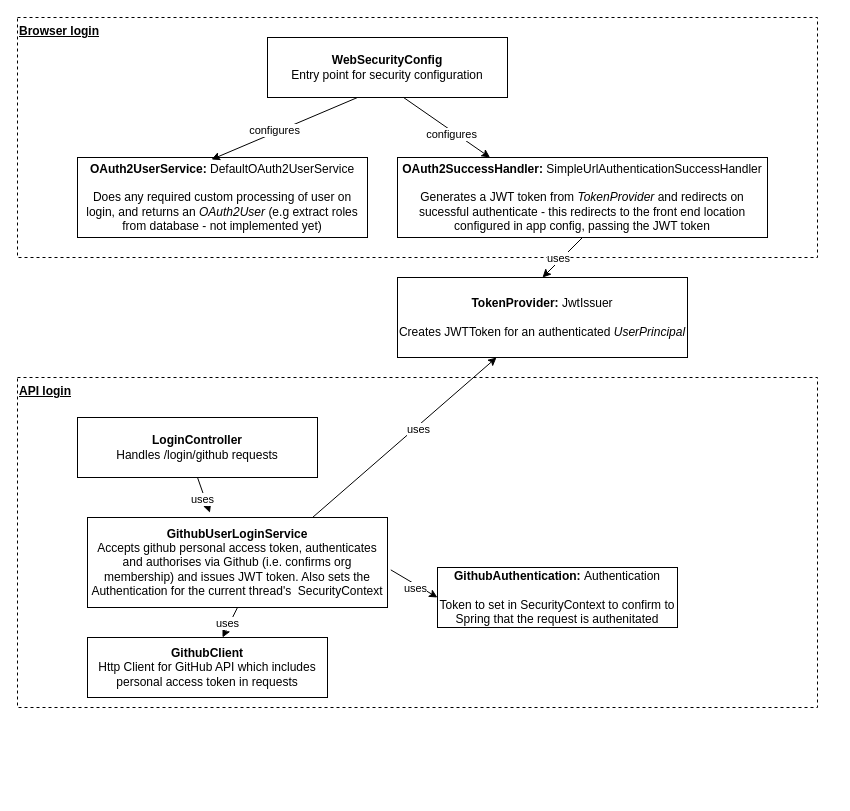
Earlier version of the draw.io diagram docs/Packit Github login.drawio (mrc-ide/packit). Source tidied: cells renumbered, new cells numbered last; positions are measured from the earlier drawing's top-left corner, leaving out a move shared by most shapes. Both pictures are drawn from the tidied source at 100%, with x=0, y=0 at pixel (17, 17).
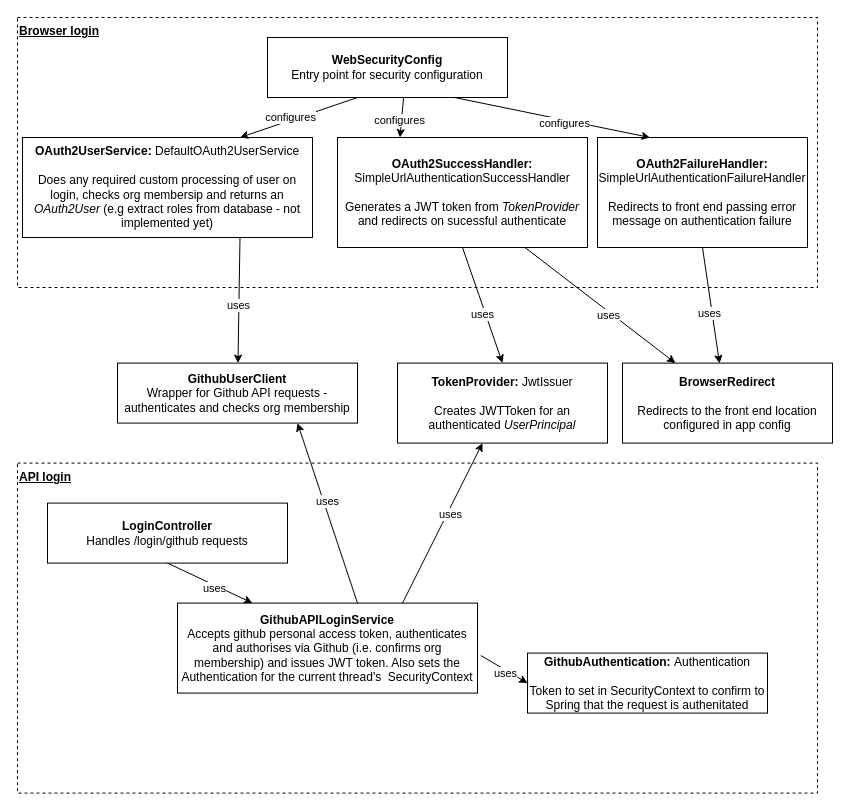
After the change.

The change refers to these unchanged cells:
```xml
<mxCell id="3" value="&lt;div&gt;&lt;b&gt;WebSecurityConfig&lt;/b&gt;&lt;/div&gt;&lt;div&gt;Entry point for security configuration &lt;br&gt;&lt;/div&gt;" style="rounded=0;whiteSpace=wrap;html=1;" parent="1" vertex="1">
  <mxGeometry x="250" y="20" width="240" height="60" as="geometry" />
</mxCell>
```

Change to the diagram source:
```diff
@@
     <mxCell id="2" value="&lt;b&gt;&lt;u&gt;Browser login&lt;/u&gt;&lt;/b&gt;" style="rounded=0;whiteSpace=wrap;html=1;dashed=1;verticalAlign=top;align=left;" parent="1" vertex="1">
-      <mxGeometry width="800" height="240" as="geometry" />
+      <mxGeometry width="800" height="270" as="geometry" />
     </mxCell>
@@
-    <mxCell id="4" value="&lt;div align=&quot;center&quot;&gt;&lt;b&gt;OAuth2UserService: &lt;/b&gt;DefaultOAuth2UserService&lt;br&gt;&lt;/div&gt;&lt;div align=&quot;center&quot;&gt;&lt;br&gt;&lt;/div&gt;&lt;div align=&quot;center&quot;&gt;Does any required custom processing of user on login, and returns an &lt;i&gt;OAuth2User &lt;/i&gt;(e.g extract roles from database - not implemented yet)&lt;br&gt;&lt;/div&gt;" style="rounded=0;whiteSpace=wrap;html=1;align=center;" parent="1" vertex="1">
-      <mxGeometry x="60" y="140" width="290" height="80" as="geometry" />
+    <mxCell id="4" value="&lt;div align=&quot;center&quot;&gt;&lt;b&gt;OAuth2UserService: &lt;/b&gt;DefaultOAuth2UserService&lt;br&gt;&lt;/div&gt;&lt;div align=&quot;center&quot;&gt;&lt;br&gt;&lt;/div&gt;&lt;div align=&quot;center&quot;&gt;Does any required custom processing of user on login, checks org membersip and returns an &lt;i&gt;OAuth2User &lt;/i&gt;(e.g extract roles from database - not implemented yet)&lt;br&gt;&lt;/div&gt;" style="rounded=0;whiteSpace=wrap;html=1;align=center;" parent="1" vertex="1">
+      <mxGeometry x="5" y="120" width="290" height="100" as="geometry" />
     </mxCell>
-    <mxCell id="5" style="endArrow=none;html=1;rounded=0;entryX=0.375;entryY=1;entryDx=0;entryDy=0;entryPerimeter=0;exitX=0.462;exitY=0.025;exitDx=0;exitDy=0;exitPerimeter=0;startArrow=classic;startFill=1;" parent="1" edge="1" source="4" target="3">
+    <mxCell id="5" style="endArrow=none;html=1;rounded=0;entryX=0.375;entryY=1;entryDx=0;entryDy=0;entryPerimeter=0;startArrow=classic;startFill=1;exitX=0.75;exitY=0;exitDx=0;exitDy=0;" parent="1" edge="1" source="4" target="3">
       <mxGeometry relative="1" as="geometry" />
     </mxCell>
@@
-    <mxCell id="7" value="&lt;div align=&quot;center&quot;&gt;&lt;b&gt;OAuth2SuccessHandler: &lt;/b&gt;SimpleUrlAuthenticationSuccessHandler&lt;br&gt;&lt;/div&gt;&lt;div align=&quot;center&quot;&gt;&lt;br&gt;&lt;/div&gt;Generates a JWT token from &lt;i&gt;TokenProvider&lt;/i&gt; and redirects on sucessful authenticate - this redirects to the front end location configured in app config, passing the JWT token" style="rounded=0;whiteSpace=wrap;html=1;align=center;" parent="1" vertex="1">
-      <mxGeometry x="380" y="140" width="370" height="80" as="geometry" />
+    <mxCell id="7" value="&lt;div align=&quot;center&quot;&gt;&lt;b&gt;OAuth2SuccessHandler: &lt;/b&gt;SimpleUrlAuthenticationSuccessHandler&lt;br&gt;&lt;/div&gt;&lt;div align=&quot;center&quot;&gt;&lt;br&gt;&lt;/div&gt;Generates a JWT token from &lt;i&gt;TokenProvider&lt;/i&gt; and redirects on sucessful authenticate" style="rounded=0;whiteSpace=wrap;html=1;align=center;" parent="1" vertex="1">
+      <mxGeometry x="320" y="120" width="250" height="110" as="geometry" />
     </mxCell>
@@
     <mxCell id="10" value="&lt;div align=&quot;center&quot;&gt;&lt;b&gt;TokenProvider: &lt;/b&gt;JwtIssuer&lt;br&gt;&lt;/div&gt;&lt;div align=&quot;center&quot;&gt;&lt;br&gt;&lt;/div&gt;Creates JWTToken for an authenticated&lt;b&gt; &lt;/b&gt;&lt;i&gt;UserPrincipal&lt;/i&gt;" style="rounded=0;whiteSpace=wrap;html=1;align=center;" parent="1" vertex="1">
-      <mxGeometry x="380" y="260" width="290" height="80" as="geometry" />
+      <mxGeometry x="380" y="345.6" width="210" height="80" as="geometry" />
     </mxCell>
@@
     <mxCell id="13" value="&lt;b&gt;&lt;u&gt;API login&lt;/u&gt;&lt;/b&gt;" style="rounded=0;whiteSpace=wrap;html=1;dashed=1;verticalAlign=top;align=left;" parent="1" vertex="1">
-      <mxGeometry y="360" width="800" height="330" as="geometry" />
+      <mxGeometry y="445.6" width="800" height="330" as="geometry" />
     </mxCell>
     <mxCell id="14" value="&lt;div&gt;&lt;b&gt;LoginController&lt;/b&gt;&lt;/div&gt;&lt;div&gt;Handles /login/github requests&lt;/div&gt;" style="rounded=0;whiteSpace=wrap;html=1;" parent="1" vertex="1">
-      <mxGeometry x="60" y="400" width="240" height="60" as="geometry" />
+      <mxGeometry x="30" y="485.6" width="240" height="60" as="geometry" />
     </mxCell>
-    <mxCell id="15" value="&lt;div&gt;&lt;b&gt;GithubUserLoginService&lt;/b&gt;&lt;/div&gt;&lt;div&gt;Accepts github personal access token, authenticates and authorises via Github (i.e. confirms org membership) and issues JWT token. Also sets the Authentication for the current thread's&amp;nbsp; SecurityContext&lt;/div&gt;" style="rounded=0;whiteSpace=wrap;html=1;" parent="1" vertex="1">
-      <mxGeometry x="70" y="500" width="300" height="90" as="geometry" />
+    <mxCell id="15" value="&lt;div&gt;&lt;b&gt;GithubAPILoginService&lt;/b&gt;&lt;/div&gt;&lt;div&gt;Accepts github personal access token, authenticates and authorises via Github (i.e. confirms org membership) and issues JWT token. Also sets the Authentication for the current thread's&amp;nbsp; SecurityContext&lt;/div&gt;" style="rounded=0;whiteSpace=wrap;html=1;" parent="1" vertex="1">
+      <mxGeometry x="160" y="585.6" width="300" height="90" as="geometry" />
     </mxCell>
-    <mxCell id="16" style="endArrow=none;html=1;rounded=0;entryX=0.5;entryY=1;entryDx=0;entryDy=0;exitX=0.408;exitY=-0.053;exitDx=0;exitDy=0;startArrow=classic;startFill=1;exitPerimeter=0;" parent="1" edge="1" source="15" target="14">
+    <mxCell id="16" style="endArrow=none;html=1;rounded=0;entryX=0.5;entryY=1;entryDx=0;entryDy=0;exitX=0.25;exitY=0;exitDx=0;exitDy=0;startArrow=classic;startFill=1;" parent="1" edge="1" source="15" target="14">
       <mxGeometry relative="1" as="geometry" />
     </mxCell>
@@
-    <mxCell id="18" value="&lt;div&gt;&lt;b&gt;GithubClient&lt;/b&gt;&lt;/div&gt;&lt;div&gt;Http Client for GitHub API which includes personal access token in requests&lt;/div&gt;" style="rounded=0;whiteSpace=wrap;html=1;" parent="1" vertex="1">
-      <mxGeometry x="70" y="620" width="240" height="60" as="geometry" />
+    <mxCell id="18" value="&lt;div&gt;&lt;b&gt;GithubUserClient&lt;/b&gt;&lt;/div&gt;&lt;div&gt;Wrapper for Github API requests - authenticates and checks org membership&lt;br&gt;&lt;/div&gt;" style="rounded=0;whiteSpace=wrap;html=1;" parent="1" vertex="1">
+      <mxGeometry x="100" y="345.6" width="240" height="60" as="geometry" />
     </mxCell>
-    <mxCell id="19" style="endArrow=none;html=1;rounded=0;entryX=0.5;entryY=1;entryDx=0;entryDy=0;startArrow=classic;startFill=1;" parent="1" edge="1" source="18" target="15">
+    <mxCell id="19" style="endArrow=none;html=1;rounded=0;startArrow=classic;startFill=1;entryX=0.6;entryY=0;entryDx=0;entryDy=0;entryPerimeter=0;exitX=0.75;exitY=1;exitDx=0;exitDy=0;" parent="1" edge="1" source="18" target="15">
       <mxGeometry relative="1" as="geometry" />
     </mxCell>
@@
     <mxCell id="23" value="&lt;div&gt;&lt;b&gt;GithubAuthentication: &lt;/b&gt;Authentication&lt;/div&gt;&lt;div&gt;&lt;br&gt;&lt;/div&gt;&lt;div&gt;Token to set in SecurityContext to confirm to Spring that the request is authenitated&lt;/div&gt;" style="rounded=0;whiteSpace=wrap;html=1;" parent="1" vertex="1">
-      <mxGeometry x="420" y="550" width="240" height="60" as="geometry" />
+      <mxGeometry x="510" y="635.6" width="240" height="60" as="geometry" />
     </mxCell>
@@
+    <mxCell id="26" style="endArrow=classic;html=1;rounded=0;exitX=0.75;exitY=1;exitDx=0;exitDy=0;" parent="1" edge="1" source="4" target="18">
+      <mxGeometry relative="1" as="geometry" />
+    </mxCell>
+    <mxCell id="27" value="&lt;div&gt;uses&lt;/div&gt;" style="edgeLabel;html=1;align=center;verticalAlign=middle;" parent="26" vertex="1">
+      <mxGeometry x="0.08" y="-1" relative="1" as="geometry" />
+    </mxCell>
+    <mxCell id="28" value="&lt;div align=&quot;center&quot;&gt;&lt;b&gt;OAuth2FailureHandler: &lt;/b&gt;SimpleUrlAuthenticationFailureHandler&lt;br&gt;&lt;/div&gt;&lt;div align=&quot;center&quot;&gt;&lt;br&gt;&lt;/div&gt;Redirects to front end passing error message on authentication failure" style="rounded=0;whiteSpace=wrap;html=1;align=center;" parent="1" vertex="1">
+      <mxGeometry x="580" y="120" width="210" height="110" as="geometry" />
+    </mxCell>
+    <mxCell id="29" value="&lt;div align=&quot;center&quot;&gt;&lt;b&gt;BrowserRedirect&lt;/b&gt;&lt;br&gt;&lt;/div&gt;&lt;div align=&quot;center&quot;&gt;&lt;br&gt;&lt;/div&gt;Redirects to the front end location configured in app config" style="rounded=0;whiteSpace=wrap;html=1;align=center;" parent="1" vertex="1">
+      <mxGeometry x="605" y="345.6" width="210" height="80" as="geometry" />
+    </mxCell>
+    <mxCell id="30" style="endArrow=none;html=1;rounded=0;entryX=0.5;entryY=1;entryDx=0;entryDy=0;exitX=0.462;exitY=0.005;exitDx=0;exitDy=0;startArrow=classic;startFill=1;exitPerimeter=0;" parent="1" edge="1" source="29" target="28">
+      <mxGeometry relative="1" as="geometry" />
+    </mxCell>
+    <mxCell id="31" value="uses" style="edgeLabel;html=1;align=center;verticalAlign=middle;" parent="30" vertex="1">
+      <mxGeometry x="-0.13" y="3" relative="1" as="geometry" />
+    </mxCell>
+    <mxCell id="32" style="endArrow=none;html=1;rounded=0;entryX=0.75;entryY=1;entryDx=0;entryDy=0;startArrow=classic;startFill=1;" parent="1" edge="1" source="29" target="7">
+      <mxGeometry relative="1" as="geometry" />
+    </mxCell>
+    <mxCell id="33" value="uses" style="edgeLabel;html=1;align=center;verticalAlign=middle;" parent="32" vertex="1">
+      <mxGeometry x="-0.13" y="3" relative="1" as="geometry" />
+    </mxCell>
+    <mxCell id="34" style="endArrow=none;html=1;rounded=0;entryX=0.779;entryY=1;entryDx=0;entryDy=0;entryPerimeter=0;exitX=0.25;exitY=0;exitDx=0;exitDy=0;startArrow=classic;startFill=1;" parent="1" edge="1" source="28" target="3">
+      <mxGeometry relative="1" as="geometry" />
+    </mxCell>
+    <mxCell id="35" value="configures" style="edgeLabel;html=1;align=center;verticalAlign=middle;" parent="34" vertex="1">
+      <mxGeometry x="-0.13" y="3" relative="1" as="geometry" />
+    </mxCell>
```
